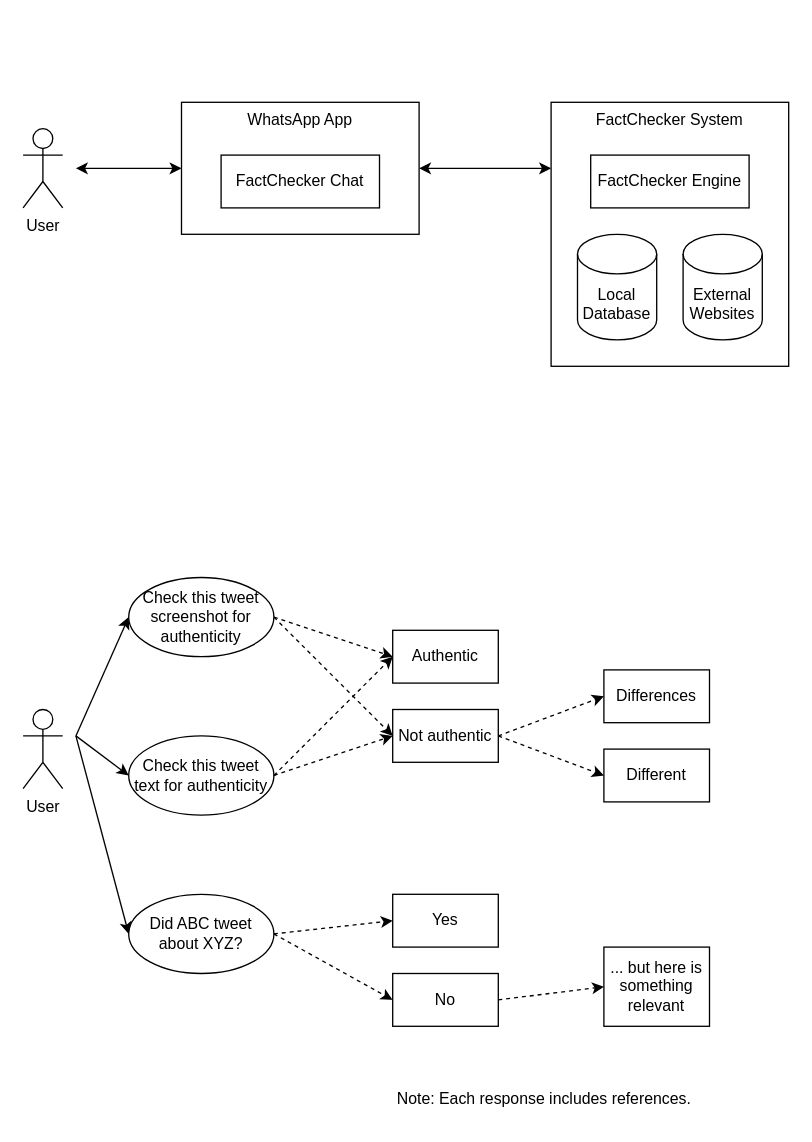
chaihub/fact-checker keeps this draw.io diagram as page "Page-1" (1 of 2) of factchecker.drawio. Above is the earlier version. Source tidied: cells renumbered, new cells numbered last; positions are measured from the earlier drawing's top-left corner, leaving out a move shared by most shapes. Both pictures are drawn from the tidied source at 132%, with x=0, y=0 at pixel (22, 102).
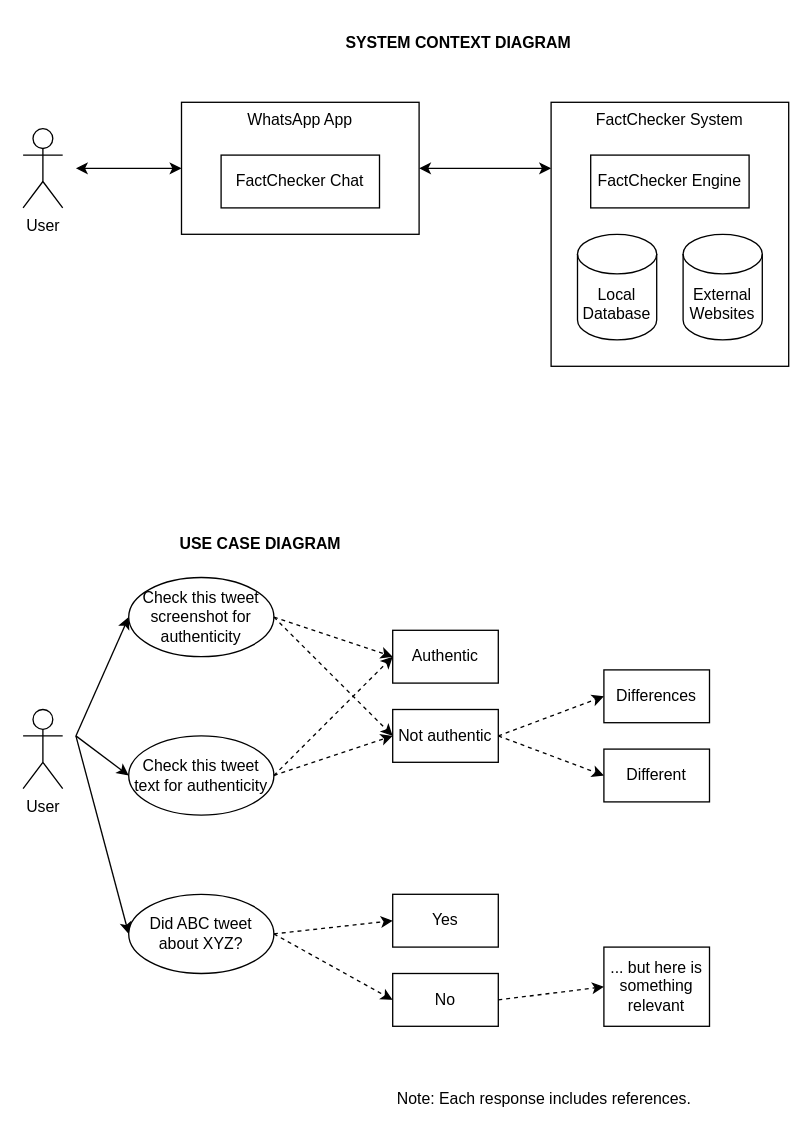
After the change.

Commit message:
Add factchecker workflow v0 in drawio

What changed in the source:
```diff
@@
+    <mxCell id="35" value="USE CASE DIAGRAM" style="text;html=1;whiteSpace=wrap;strokeColor=none;fillColor=none;align=center;verticalAlign=middle;rounded=0;fontStyle=1;" parent="1" vertex="1">
+      <mxGeometry x="80" y="320" width="200" height="30" as="geometry" />
+    </mxCell>
+    <mxCell id="36" value="SYSTEM CONTEXT DIAGRAM" style="text;html=1;whiteSpace=wrap;strokeColor=none;fillColor=none;align=center;verticalAlign=middle;rounded=0;fontStyle=1;" parent="1" vertex="1">
+      <mxGeometry x="230" y="-60" width="200" height="30" as="geometry" />
+    </mxCell>
```
